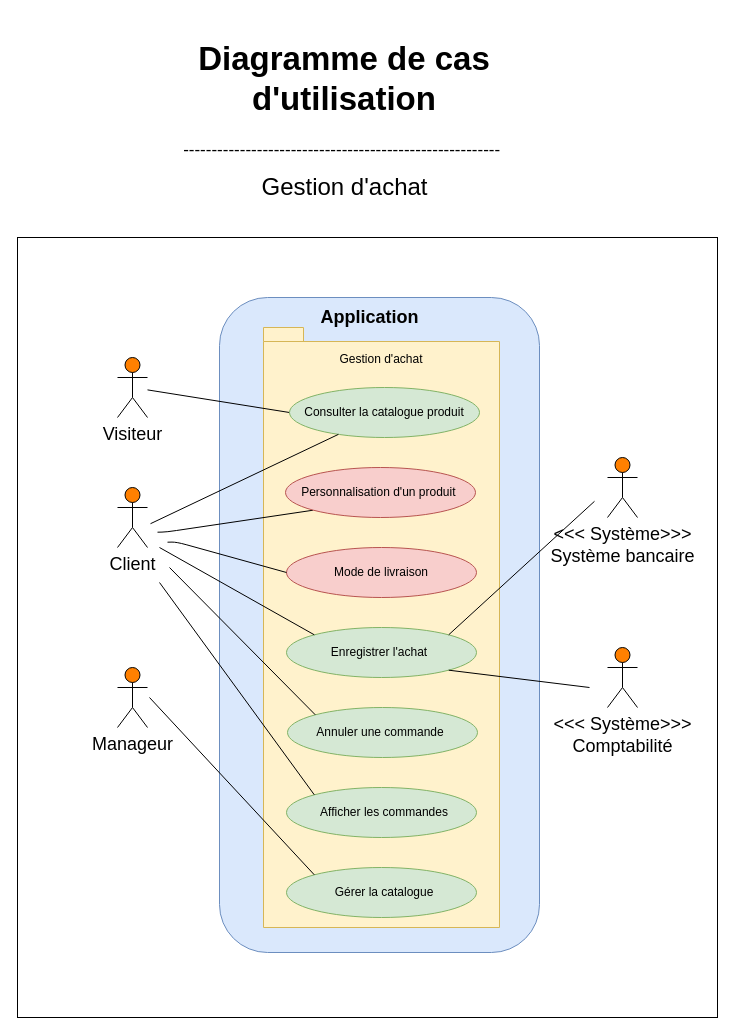
Before: page "Gestion d'achat" (1 of 5) of Use case Diagram.drawio in Maayaavi/OC_Project_4, a draw.io diagram. Source tidied: cells renumbered, new cells numbered last; positions are measured from the earlier drawing's top-left corner, leaving out a move shared by most shapes. Both pictures are drawn from the tidied source at 100%, with x=0, y=0 at pixel (17, 27).
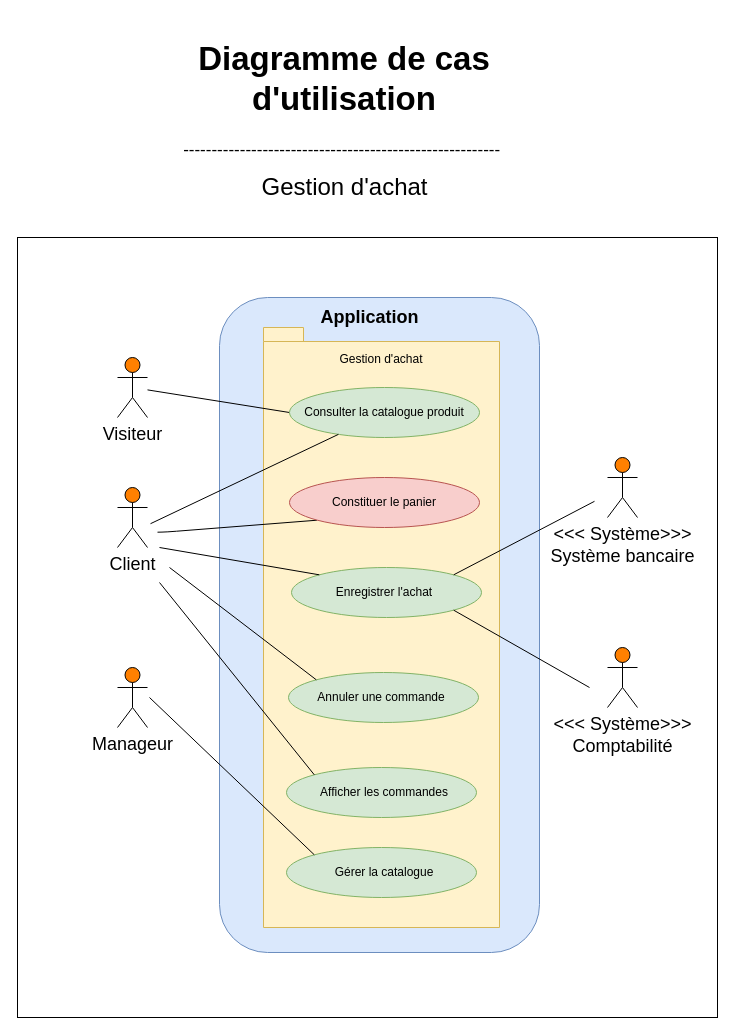
The same page after the edit.

The edit, as a diff of the source:
```diff
@@
     <mxCell id="16" style="ellipse;whiteSpace=wrap;html=1;fillColor=#d5e8d4;strokeColor=#82b366;" parent="1" vertex="1">
-      <mxGeometry x="269" y="600" width="190" height="50" as="geometry" />
+      <mxGeometry x="274" y="540" width="190" height="50" as="geometry" />
     </mxCell>
     <mxCell id="17" value="Enregistrer l'achat" style="text;html=1;strokeColor=none;fillColor=none;align=center;verticalAlign=middle;whiteSpace=wrap;rounded=0;" parent="1" vertex="1">
-      <mxGeometry x="257" y="615" width="210" height="20" as="geometry" />
+      <mxGeometry x="262" y="555" width="210" height="20" as="geometry" />
     </mxCell>
@@
     <mxCell id="21" style="ellipse;whiteSpace=wrap;html=1;fillColor=#d5e8d4;strokeColor=#82b366;" parent="1" vertex="1">
-      <mxGeometry x="269" y="840" width="190" height="50" as="geometry" />
+      <mxGeometry x="269" y="820" width="190" height="50" as="geometry" />
     </mxCell>
     <mxCell id="22" value="Gérer la catalogue" style="text;html=1;strokeColor=none;fillColor=none;align=center;verticalAlign=middle;whiteSpace=wrap;rounded=0;" parent="1" vertex="1">
-      <mxGeometry x="262" y="855" width="210" height="20" as="geometry" />
+      <mxGeometry x="262" y="835" width="210" height="20" as="geometry" />
     </mxCell>
@@
-    <mxCell id="25" style="ellipse;whiteSpace=wrap;html=1;fillColor=#f8cecc;strokeColor=#b85450;" parent="1" vertex="1">
-      <mxGeometry x="269" y="520" width="190" height="50" as="geometry" />
-    </mxCell>
-    <mxCell id="26" value="Mode de livraison" style="text;html=1;strokeColor=none;fillColor=none;align=center;verticalAlign=middle;whiteSpace=wrap;rounded=0;" parent="1" vertex="1">
-      <mxGeometry x="259" y="535" width="210" height="20" as="geometry" />
-    </mxCell>
@@
     <mxCell id="28" style="ellipse;whiteSpace=wrap;html=1;fillColor=#d5e8d4;strokeColor=#82b366;" parent="1" vertex="1">
-      <mxGeometry x="270" y="680" width="190" height="50" as="geometry" />
+      <mxGeometry x="271" y="645" width="190" height="50" as="geometry" />
     </mxCell>
     <mxCell id="29" value="Annuler une commande" style="text;html=1;strokeColor=none;fillColor=none;align=center;verticalAlign=middle;whiteSpace=wrap;rounded=0;" parent="1" vertex="1">
-      <mxGeometry x="258" y="695" width="210" height="20" as="geometry" />
+      <mxGeometry x="259" y="660" width="210" height="20" as="geometry" />
     </mxCell>
@@
     <mxCell id="31" style="ellipse;whiteSpace=wrap;html=1;fillColor=#f8cecc;strokeColor=#b85450;" parent="1" vertex="1">
-      <mxGeometry x="268" y="440" width="190" height="50" as="geometry" />
+      <mxGeometry x="272" y="450" width="190" height="50" as="geometry" />
     </mxCell>
-    <mxCell id="32" value="Personnalisation d'un produit&amp;nbsp;" style="text;html=1;strokeColor=none;fillColor=none;align=center;verticalAlign=middle;whiteSpace=wrap;rounded=0;" parent="1" vertex="1">
-      <mxGeometry x="258" y="455" width="210" height="20" as="geometry" />
+    <mxCell id="32" value="Constituer le panier" style="text;html=1;strokeColor=none;fillColor=none;align=center;verticalAlign=middle;whiteSpace=wrap;rounded=0;" parent="1" vertex="1">
+      <mxGeometry x="262" y="465" width="210" height="20" as="geometry" />
     </mxCell>
-    <mxCell id="33" style="endArrow=none;html=1;entryX=0;entryY=0.5;entryDx=0;entryDy=0;" parent="1" edge="1" target="25">
-      <mxGeometry relative="1" as="geometry">
-        <mxPoint x="150" y="514.7" as="sourcePoint" />
-        <Array as="points">
-          <mxPoint x="159" y="514.5" />
-        </Array>
-      </mxGeometry>
-    </mxCell>
     <mxCell id="34" style="ellipse;whiteSpace=wrap;html=1;fillColor=#d5e8d4;strokeColor=#82b366;" parent="1" vertex="1">
-      <mxGeometry x="269" y="760" width="190" height="50" as="geometry" />
+      <mxGeometry x="269" y="740" width="190" height="50" as="geometry" />
     </mxCell>
     <mxCell id="35" value="Afficher les commandes" style="text;html=1;strokeColor=none;fillColor=none;align=center;verticalAlign=middle;whiteSpace=wrap;rounded=0;" parent="1" vertex="1">
-      <mxGeometry x="262" y="775" width="210" height="20" as="geometry" />
+      <mxGeometry x="262" y="755" width="210" height="20" as="geometry" />
     </mxCell>
```
